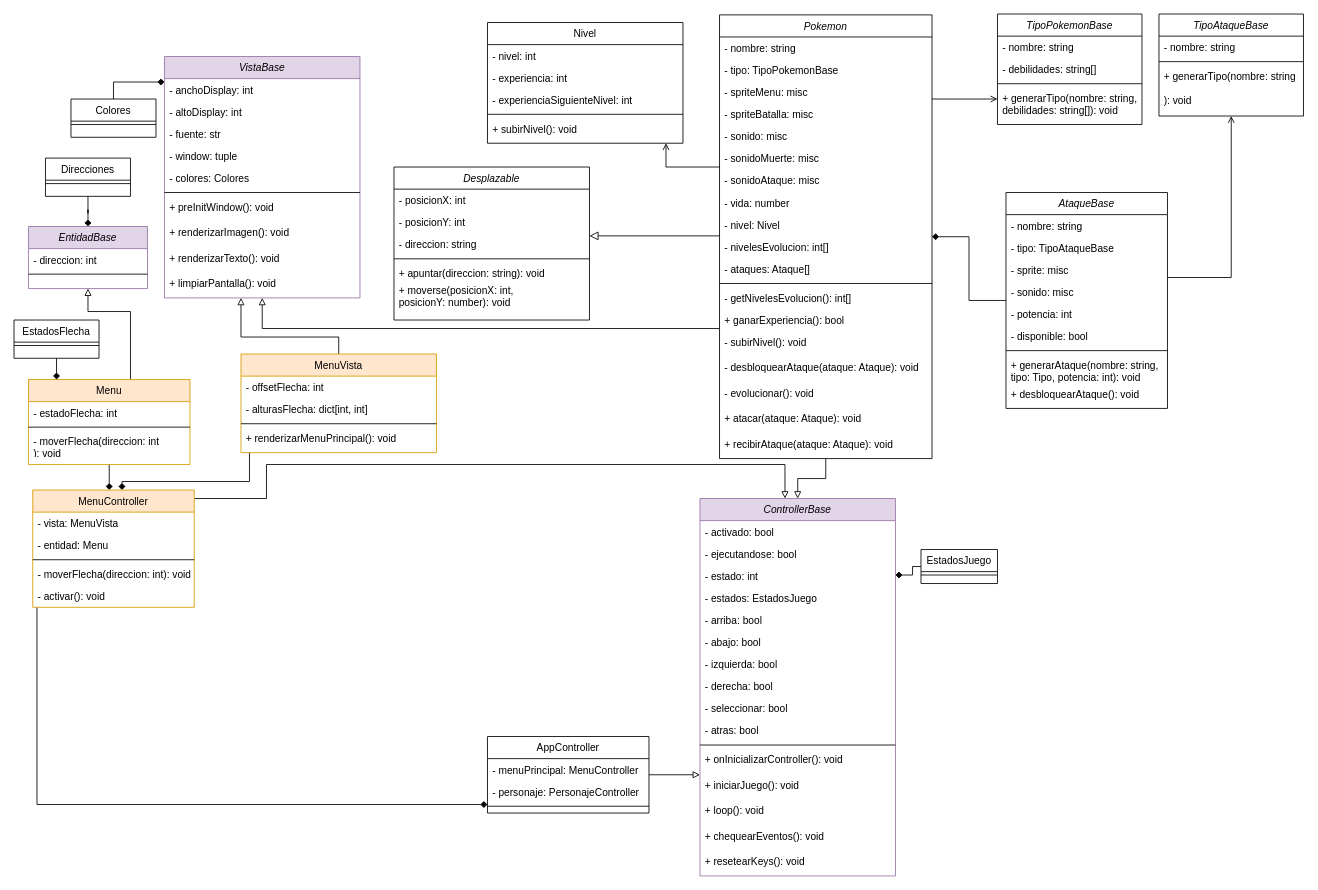
Before: assets/uml.drawio in sacora-team/ultramon, a draw.io diagram. Source tidied: cells renumbered, new cells numbered last; positions are measured from the earlier drawing's top-left corner, leaving out a move shared by most shapes. Both pictures are drawn from the tidied source at 85%, with x=0, y=0 at pixel (14, 14).
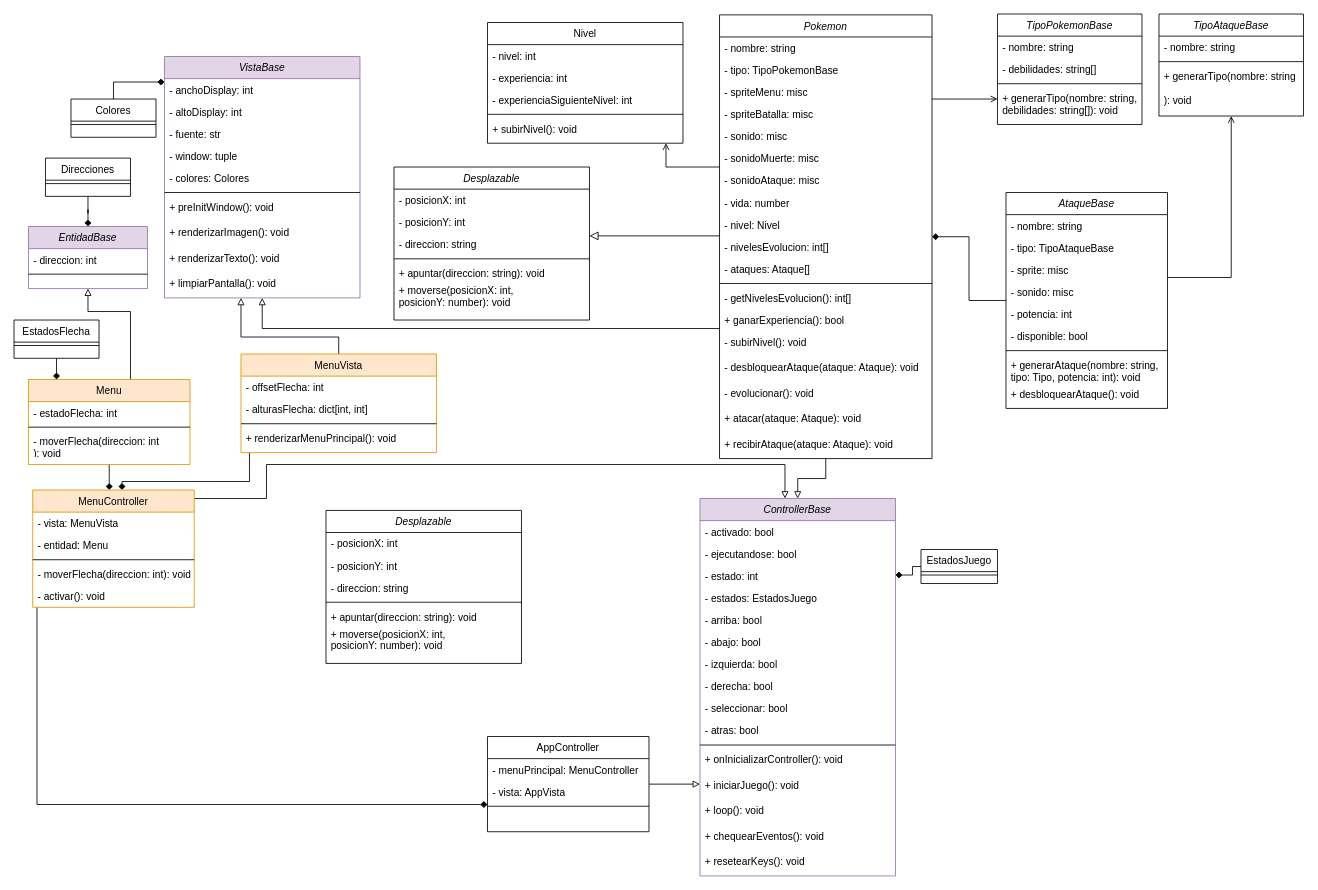
Above is the later version.

The edit, as a diff of the source:
```diff
@@
     <mxCell id="102" value="AppController" style="swimlane;fontStyle=0;align=center;verticalAlign=top;horizontal=1;startSize=26;rounded=0;shadow=0;strokeWidth=1;" parent="1" vertex="1">
-      <mxGeometry x="557" y="850" width="190" height="90" as="geometry" />
+      <mxGeometry x="557" y="850" width="190" height="112" as="geometry" />
     </mxCell>
@@
-    <mxCell id="104" value="- personaje: PersonajeController" style="text;align=left;verticalAlign=top;spacingLeft=4;spacingRight=4;overflow=hidden;" parent="102" vertex="1">
-      <mxGeometry y="52" width="190" height="26" as="geometry" />
-    </mxCell>
+    <mxCell id="130" value="- vista: AppVista" style="text;align=left;verticalAlign=top;spacingLeft=4;spacingRight=4;overflow=hidden;" parent="102" vertex="1">
+      <mxGeometry y="52" width="190" height="26" as="geometry" />
+    </mxCell>
@@
+    <mxCell id="131" value="Desplazable" style="swimlane;fontStyle=2;align=center;verticalAlign=top;horizontal=1;startSize=26;rounded=0;shadow=0;strokeWidth=1;" parent="1" vertex="1">
+      <mxGeometry x="367" y="584" width="230" height="180" as="geometry" />
+    </mxCell>
+    <mxCell id="132" value="- posicionX: int" style="text;align=left;verticalAlign=top;spacingLeft=4;spacingRight=4;overflow=hidden;" parent="131" vertex="1">
+      <mxGeometry y="26" width="230" height="26" as="geometry" />
+    </mxCell>
+    <mxCell id="133" value="- posicionY: int" style="text;align=left;verticalAlign=top;spacingLeft=4;spacingRight=4;overflow=hidden;rounded=0;shadow=0;html=0;" parent="131" vertex="1">
+      <mxGeometry y="52" width="230" height="26" as="geometry" />
+    </mxCell>
+    <mxCell id="134" value="- direccion: string" style="text;align=left;verticalAlign=top;spacingLeft=4;spacingRight=4;overflow=hidden;rounded=0;shadow=0;html=0;" parent="131" vertex="1">
+      <mxGeometry y="78" width="230" height="26" as="geometry" />
+    </mxCell>
+    <mxCell id="135" style="line;html=1;strokeWidth=1;align=left;verticalAlign=middle;spacingTop=-1;spacingLeft=3;spacingRight=3;labelPosition=right;" parent="131" vertex="1">
+      <mxGeometry y="104" width="230" height="8" as="geometry" />
+    </mxCell>
+    <mxCell id="136" value="+ apuntar(direccion: string): void" style="text;align=left;verticalAlign=top;spacingLeft=4;spacingRight=4;overflow=hidden;" parent="131" vertex="1">
+      <mxGeometry y="112" width="230" height="20" as="geometry" />
+    </mxCell>
+    <mxCell id="137" value="+ moverse(posicionX: int, &#10;posicionY: number): void" style="text;align=left;verticalAlign=top;spacingLeft=4;spacingRight=4;overflow=hidden;" parent="131" vertex="1">
+      <mxGeometry y="132" width="230" height="40" as="geometry" />
+    </mxCell>
```
